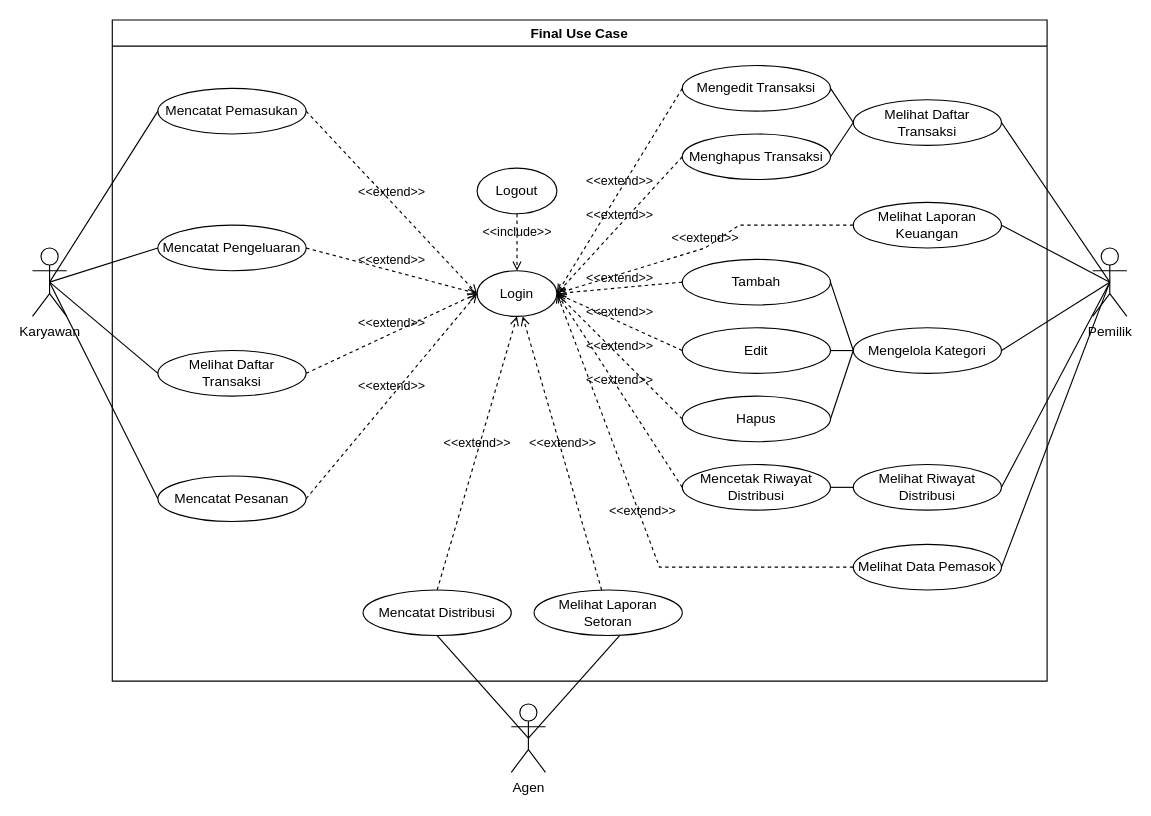
Earlier version of the draw.io diagram page "use case final" (3 of 13) of Doc/UseCase/Feby-1.drawio (gustitriprayoga/sistem-umkm-feby). Source tidied: cells renumbered, new cells numbered last; positions are measured from the earlier drawing's top-left corner, leaving out a move shared by most shapes. Both pictures are drawn from the tidied source at 114%, with x=0, y=0 at pixel (32, 19).
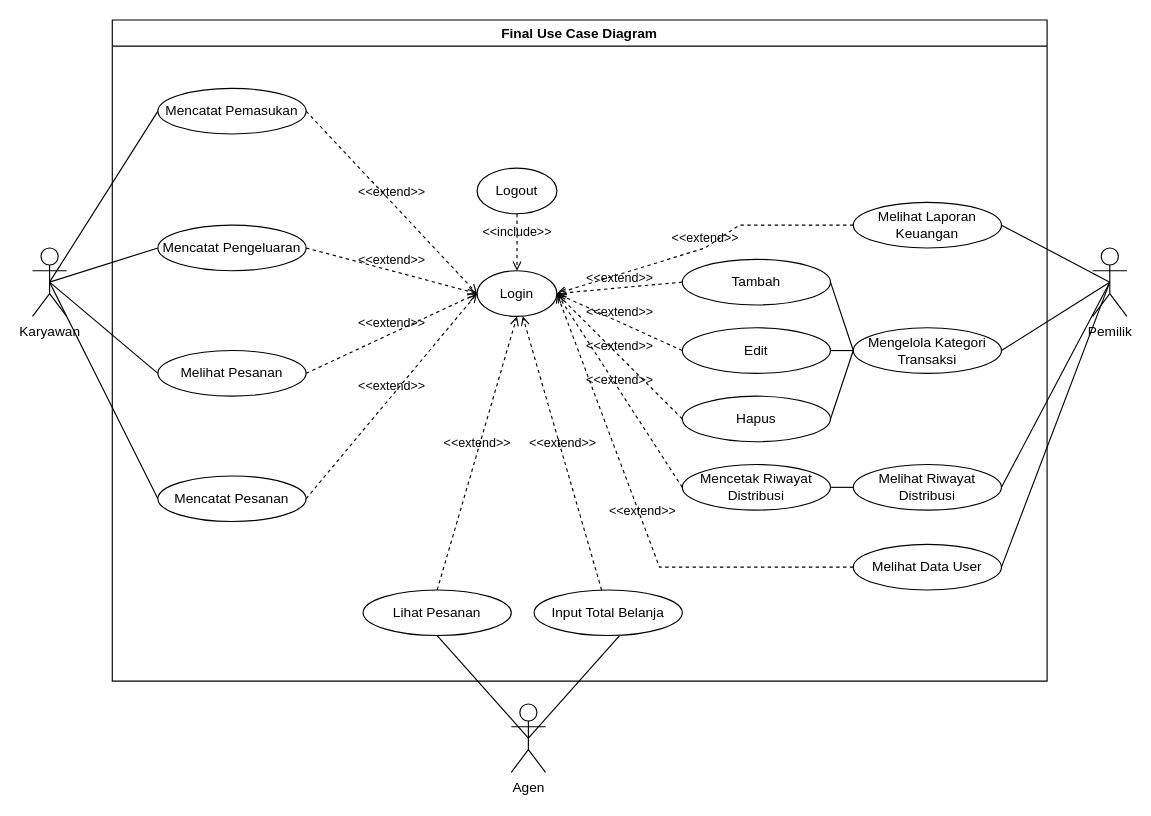
After the change.

Unchanged cells that the change refers to:
```xml
<mxCell id="7" value="Pemilik" style="shape=umlActor;verticalLabelPosition=bottom;verticalAlign=top;html=1;outlineConnect=0;" parent="1" vertex="1">
  <mxGeometry x="930" y="200" width="30" height="60" as="geometry" />
</mxCell>
<mxCell id="8" value="Login" style="ellipse;whiteSpace=wrap;html=1;" parent="1" vertex="1">
  <mxGeometry x="390" y="220" width="70" height="40" as="geometry" />
</mxCell>
```

The edit, as a diff of the source:
```diff
@@
-    <mxCell id="2" style="rounded=0;jettySize=auto;html=1;exitX=0.5;exitY=0.5;exitDx=0;exitDy=0;exitPerimeter=0;entryX=1;entryY=0.5;entryDx=0;entryDy=0;endArrow=none;startFill=0;" parent="1" edge="1" source="7" target="46">
-      <mxGeometry relative="1" as="geometry" />
-    </mxCell>
@@
-    <mxCell id="12" value="Melihat Daftar Transaksi" style="ellipse;whiteSpace=wrap;html=1;" parent="1" vertex="1">
+    <mxCell id="12" value="Melihat Pesanan" style="ellipse;whiteSpace=wrap;html=1;" parent="1" vertex="1">
       <mxGeometry x="110" y="290" width="130" height="40" as="geometry" />
     </mxCell>
@@
-    <mxCell id="23" value="Mengelola Kategori" style="ellipse;whiteSpace=wrap;html=1;" parent="1" vertex="1">
+    <mxCell id="23" value="Mengelola Kategori Transaksi" style="ellipse;whiteSpace=wrap;html=1;" parent="1" vertex="1">
       <mxGeometry x="720" y="270" width="130" height="40" as="geometry" />
     </mxCell>
@@
-    <mxCell id="26" value="Melihat Data Pemasok" style="ellipse;whiteSpace=wrap;html=1;" parent="1" vertex="1">
+    <mxCell id="26" value="Melihat Data User" style="ellipse;whiteSpace=wrap;html=1;" parent="1" vertex="1">
       <mxGeometry x="720" y="460" width="130" height="40" as="geometry" />
     </mxCell>
@@
-    <mxCell id="34" value="&amp;lt;&amp;lt;extend&amp;gt;&amp;gt;" style="html=1;verticalAlign=bottom;labelBackgroundColor=none;endArrow=open;endFill=0;dashed=1;rounded=0;exitX=0;exitY=0.5;exitDx=0;exitDy=0;entryX=1;entryY=0.5;entryDx=0;entryDy=0;" parent="1" edge="1" source="54" target="8">
-      <mxGeometry relative="1" as="geometry" />
-    </mxCell>
-    <mxCell id="35" value="&amp;lt;&amp;lt;extend&amp;gt;&amp;gt;" style="html=1;verticalAlign=bottom;labelBackgroundColor=none;endArrow=open;endFill=0;dashed=1;rounded=0;exitX=0;exitY=0.5;exitDx=0;exitDy=0;" parent="1" edge="1" source="52">
-      <mxGeometry relative="1" as="geometry">
-        <mxPoint x="460" y="240" as="targetPoint" />
-      </mxGeometry>
-    </mxCell>
@@
-    <mxCell id="45" value="Final Use Case" style="swimlane;whiteSpace=wrap;html=1;" parent="1" vertex="1">
+    <mxCell id="45" value="Final Use Case Diagram" style="swimlane;whiteSpace=wrap;html=1;" parent="1" vertex="1">
       <mxGeometry x="70" width="820" height="580" as="geometry" />
     </mxCell>
-    <mxCell id="46" value="Melihat Daftar Transaksi" style="ellipse;whiteSpace=wrap;html=1;" parent="45" vertex="1">
-      <mxGeometry x="650" y="70" width="130" height="40" as="geometry" />
-    </mxCell>
-    <mxCell id="47" style="rounded=0;jettySize=auto;html=1;exitX=1;exitY=0.5;exitDx=0;exitDy=0;entryX=0;entryY=0.5;entryDx=0;entryDy=0;endArrow=none;startFill=0;" parent="45" edge="1" source="54" target="46">
-      <mxGeometry relative="1" as="geometry" />
+    <mxCell id="47" style="rounded=0;orthogonalLoop=1;jettySize=auto;html=1;exitX=1;exitY=0.5;exitDx=0;exitDy=0;entryX=0;entryY=0.5;entryDx=0;entryDy=0;endArrow=none;startFill=0;" parent="45" edge="1">
+      <mxGeometry relative="1" as="geometry">
+        <mxPoint x="650" y="90" as="targetPoint" />
+      </mxGeometry>
     </mxCell>
@@
-    <mxCell id="52" value="Menghapus Transaksi" style="ellipse;whiteSpace=wrap;html=1;" parent="45" vertex="1">
-      <mxGeometry x="500" y="100" width="130" height="40" as="geometry" />
-    </mxCell>
-    <mxCell id="53" style="rounded=0;jettySize=auto;html=1;exitX=1;exitY=0.5;exitDx=0;exitDy=0;endArrow=none;startFill=0;entryX=0;entryY=0.5;entryDx=0;entryDy=0;" parent="45" edge="1" source="52" target="46">
-      <mxGeometry relative="1" as="geometry" />
+    <mxCell id="53" style="rounded=0;orthogonalLoop=1;jettySize=auto;html=1;exitX=1;exitY=0.5;exitDx=0;exitDy=0;endArrow=none;startFill=0;entryX=0;entryY=0.5;entryDx=0;entryDy=0;" parent="45" edge="1">
+      <mxGeometry relative="1" as="geometry">
+        <mxPoint x="650" y="90" as="targetPoint" />
+      </mxGeometry>
     </mxCell>
-    <mxCell id="54" value="Mengedit Transaksi" style="ellipse;whiteSpace=wrap;html=1;" parent="45" vertex="1">
-      <mxGeometry x="500" y="40" width="130" height="40" as="geometry" />
-    </mxCell>
-    <mxCell id="55" value="Melihat Laporan Setoran" style="ellipse;whiteSpace=wrap;html=1;" parent="45" vertex="1">
+    <mxCell id="55" value="Input Total Belanja" style="ellipse;whiteSpace=wrap;html=1;" parent="45" vertex="1">
       <mxGeometry x="370" y="500" width="130" height="40" as="geometry" />
     </mxCell>
-    <mxCell id="56" value="Mencatat Distribusi" style="ellipse;whiteSpace=wrap;html=1;" parent="45" vertex="1">
+    <mxCell id="56" value="Lihat Pesanan" style="ellipse;whiteSpace=wrap;html=1;" parent="45" vertex="1">
       <mxGeometry x="220" y="500" width="130" height="40" as="geometry" />
     </mxCell>
```
